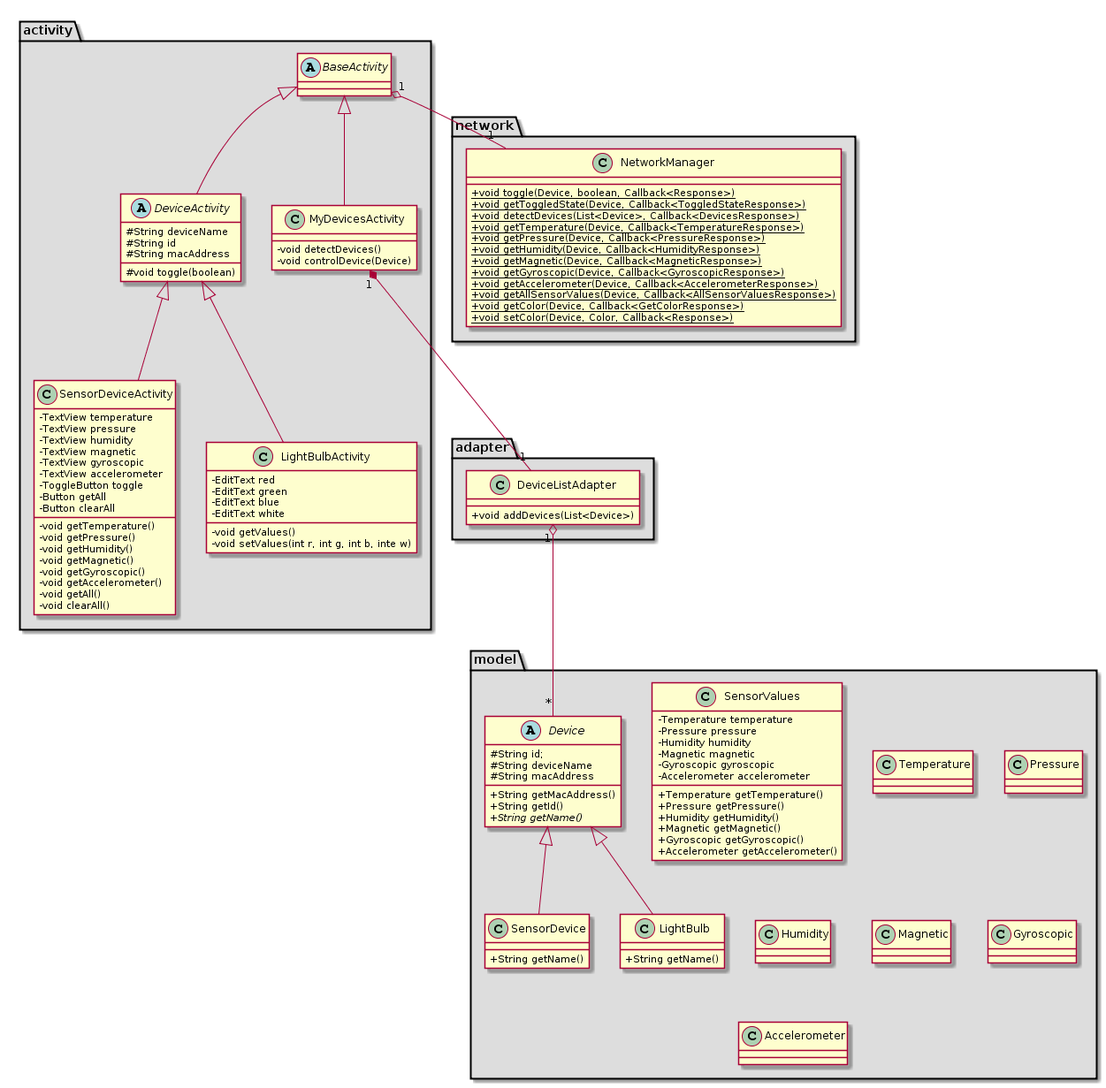
ockka/ETSN05-Group2 keeps this PlantUML diagram as docs/STLDD/class_diagram.png. Above is the earlier version. Source of this version:
```plantuml
@startuml
skinparam classAttributeIconSize 0
package "activity" #DDDDDD {
  class BaseActivity
  class MyDevicesActivity
  class SensorDeviceActivity
  class LightBulbActivity
  class DeviceActivity

}
package "network" #DDDDDD {
  class NetworkManager
}
package "adapter" #DDDDDD {
  class DeviceListAdapter
}
package "model" #DDDDDD {
  class Device
  class LightBulb
  class SensorDevice
  class SensorValues
  class Temperature
  class Pressure
  class Humidity
  class Magnetic
  class Gyroscopic
  class Accelerometer
}

 class NetworkManager{
 +{static} void toggle(Device, boolean, Callback<Response>)
 +{static} void getToggledState(Device, Callback<ToggledStateResponse>)
 +{static} void detectDevices(List<Device>, Callback<DevicesResponse>)
 +{static} void getTemperature(Device, Callback<TemperatureResponse>)
 +{static} void getPressure(Device, Callback<PressureResponse>)
 +{static} void getHumidity(Device, Callback<HumidityResponse>)
 +{static} void getMagnetic(Device, Callback<MagneticResponse>)
 +{static} void getGyroscopic(Device, Callback<GyroscopicResponse>)
 +{static} void getAccelerometer(Device, Callback<AccelerometerResponse>)
 +{static} void getAllSensorValues(Device, Callback<AllSensorValuesResponse>)
 +{static} void getColor(Device, Callback<GetColorResponse>)
 +{static} void setColor(Device, Color, Callback<Response>)
}

abstract class BaseActivity{
}

class DeviceListAdapter {
 +void addDevices(List<Device>)
}

class MyDevicesActivity{
 -void detectDevices()
 -void controlDevice(Device)
}

class SensorDeviceActivity{
 -TextView temperature
 -TextView pressure
 -TextView humidity
 -TextView magnetic
 -TextView gyroscopic
 -TextView accelerometer
 -ToggleButton toggle
 -Button getAll
 -Button clearAll
 -void getTemperature()
 -void getPressure()
 -void getHumidity()
 -void getMagnetic()
 -void getGyroscopic()
 -void getAccelerometer()
 -void getAll()
 -void clearAll()
}

class LightBulbActivity{
 -EditText red
 -EditText green
 -EditText blue
 -EditText white
 -void getValues()
 -void setValues(int r, int g, int b, inte w)
}

abstract class DeviceActivity{
 #String deviceName
 #String id
 #String macAddress
 #void toggle(boolean)
}


abstract class Device{
 #String id;
 #String deviceName
 #String macAddress
 +String getMacAddress()
 +String getId()
 +{abstract} String getName()
}

class SensorDevice{
 +String getName()
}

class LightBulb{
 +String getName()
}

class SensorValues {
 -Temperature temperature
 -Pressure pressure
 -Humidity humidity
 -Magnetic magnetic
 -Gyroscopic gyroscopic
 -Accelerometer accelerometer
 +Temperature getTemperature()
 +Pressure getPressure()
 +Humidity getHumidity()
 +Magnetic getMagnetic()
 +Gyroscopic getGyroscopic()
 +Accelerometer getAccelerometer()
}

BaseActivity <|-- MyDevicesActivity
BaseActivity <|-- DeviceActivity
DeviceActivity <|-- SensorDeviceActivity
DeviceActivity <|-- LightBulbActivity

Device <|-- SensorDevice
Device <|-- LightBulb

MyDevicesActivity "1" *-- "1" DeviceListAdapter
DeviceListAdapter "1" o-- "*" Device
BaseActivity "1" o-- "1" NetworkManager
@enduml
```
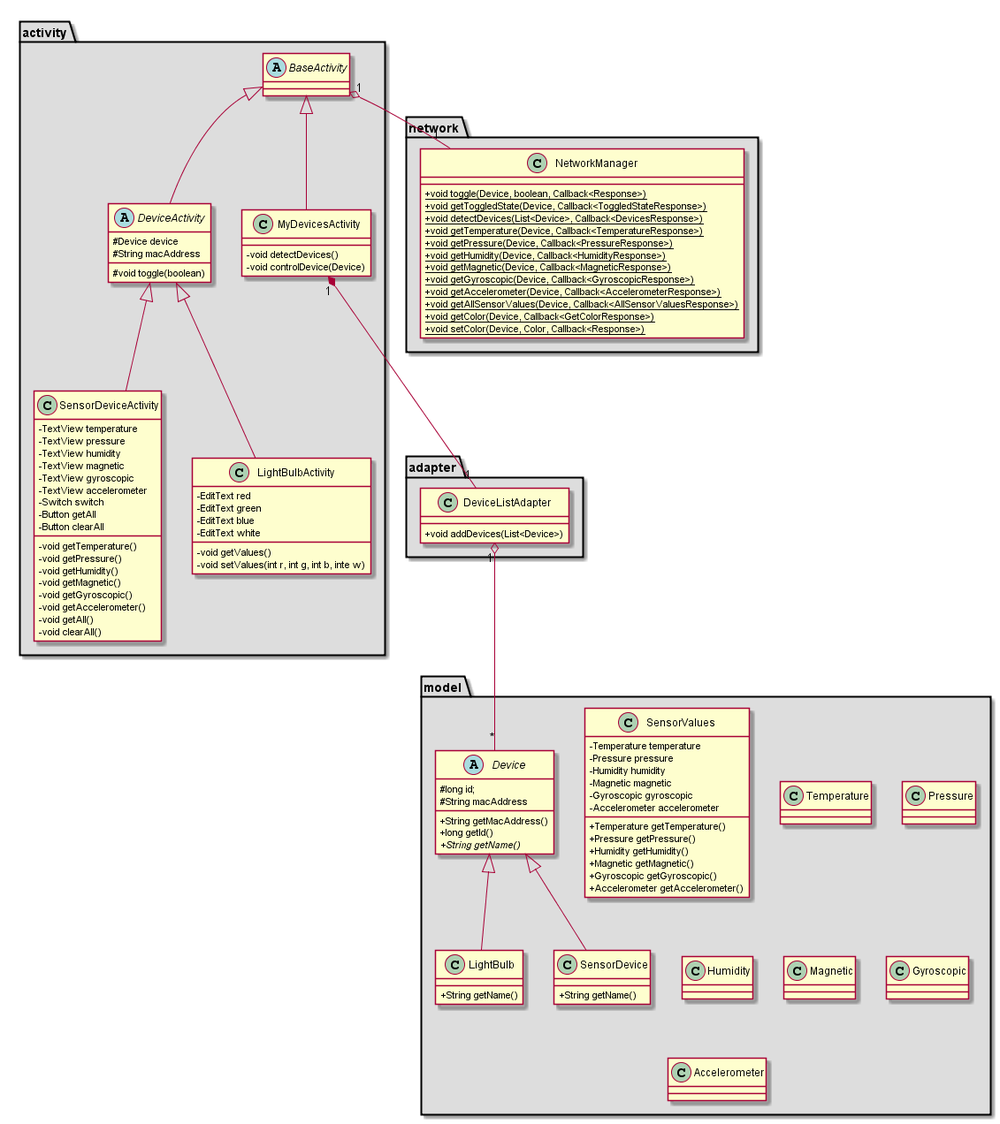
The same diagram one commit later.

Commit message:
Updated class adiagram

Diff of the diagram source:
```diff
@@ -61,7 +61,7 @@
  -TextView magnetic
  -TextView gyroscopic
  -TextView accelerometer
- -ToggleButton toggle
+ -Switch switch
  -Button getAll
  -Button clearAll
  -void getTemperature()
@@ -84,19 +84,17 @@
 }
 
 abstract class DeviceActivity{
- #String deviceName
- #String id
+ #Device device
  #String macAddress
  #void toggle(boolean)
 }
 
 
 abstract class Device{
- #String id;
- #String deviceName
+ #long id;
  #String macAddress
  +String getMacAddress()
- +String getId()
+ +long getId()
  +{abstract} String getName()
 }
 
@@ -134,4 +132,5 @@
 MyDevicesActivity "1" *-- "1" DeviceListAdapter
 DeviceListAdapter "1" o-- "*" Device
 BaseActivity "1" o-- "1" NetworkManager
+
 @enduml
```
